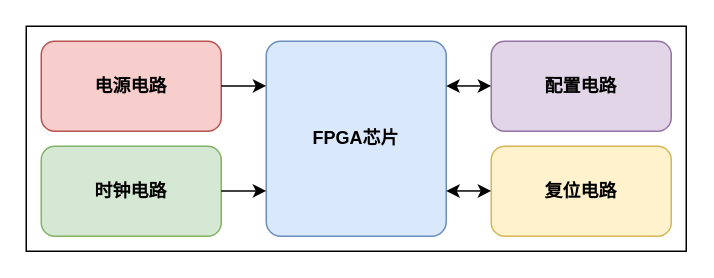
Above: FPGA最小系统框图.drawio in zeandon/draw.io (draw.io), before the change. Source tidied: cells renumbered, new cells numbered last; positions are measured from the earlier drawing's top-left corner, leaving out a move shared by most shapes. Both pictures are drawn from the tidied source at 150%, with x=0, y=0 at pixel (26, 26).
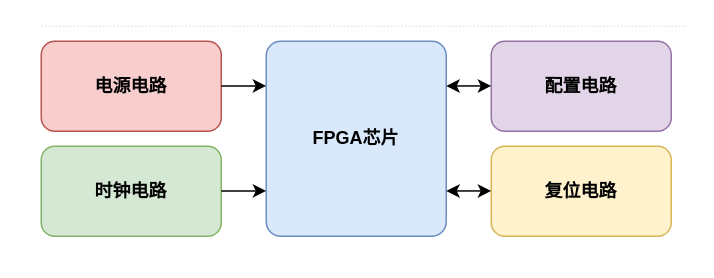
The same page after the edit.

Commit message (it also covers changes not shown here):
更新FPGA最小系统框图.drawio

What changed in the source:
```diff
@@
 <mxGraphModel>
   <root>
     <mxCell id="0" />
     <mxCell id="1" parent="0" />
-    <mxCell id="2" style="rounded=0;whiteSpace=wrap;html=1;" parent="1" vertex="1">
-      <mxGeometry width="440" height="150" as="geometry" />
-    </mxCell>
     <mxCell id="3" value="FPGA芯片" style="rounded=1;whiteSpace=wrap;html=1;fontStyle=1;arcSize=8;fillColor=#dae8fc;strokeColor=#6c8ebf;" parent="1" vertex="1">
       <mxGeometry x="160" y="10" width="120" height="130" as="geometry" />
     </mxCell>
     <mxCell id="4" value="配置电路" style="rounded=1;whiteSpace=wrap;html=1;fontStyle=1;fillColor=#e1d5e7;strokeColor=#9673a6;" parent="1" vertex="1">
       <mxGeometry x="310" y="10" width="120" height="60" as="geometry" />
     </mxCell>
     <mxCell id="5" value="复位电路" style="rounded=1;whiteSpace=wrap;html=1;fontStyle=1;fillColor=#fff2cc;strokeColor=#d6b656;" parent="1" vertex="1">
       <mxGeometry x="310" y="80" width="120" height="60" as="geometry" />
     </mxCell>
     <mxCell id="6" value="电源电路" style="rounded=1;whiteSpace=wrap;html=1;fontStyle=1;fillColor=#f8cecc;strokeColor=#b85450;" parent="1" vertex="1">
       <mxGeometry x="10" y="10" width="120" height="60" as="geometry" />
     </mxCell>
     <mxCell id="7" value="时钟电路" style="rounded=1;whiteSpace=wrap;html=1;fontStyle=1;fillColor=#d5e8d4;strokeColor=#82b366;" parent="1" vertex="1">
       <mxGeometry x="10" y="80" width="120" height="60" as="geometry" />
     </mxCell>
     <mxCell id="8" style="endArrow=classic;html=1;rounded=0;" parent="1" edge="1">
       <mxGeometry relative="1" as="geometry">
         <mxPoint x="130" y="39.8" as="sourcePoint" />
         <mxPoint x="160" y="39.8" as="targetPoint" />
       </mxGeometry>
     </mxCell>
     <mxCell id="9" style="endArrow=classic;html=1;rounded=0;" parent="1" edge="1">
       <mxGeometry relative="1" as="geometry">
         <mxPoint x="130" y="109.8" as="sourcePoint" />
         <mxPoint x="160" y="109.8" as="targetPoint" />
       </mxGeometry>
     </mxCell>
     <mxCell id="10" style="endArrow=classic;html=1;rounded=0;startArrow=classic;startFill=1;" parent="1" edge="1">
       <mxGeometry relative="1" as="geometry">
         <mxPoint x="280" y="39.8" as="sourcePoint" />
         <mxPoint x="310" y="39.8" as="targetPoint" />
       </mxGeometry>
     </mxCell>
     <mxCell id="11" style="endArrow=classic;html=1;rounded=0;startArrow=classic;startFill=1;" parent="1" edge="1">
       <mxGeometry relative="1" as="geometry">
         <mxPoint x="280" y="109.8" as="sourcePoint" />
         <mxPoint x="310" y="109.8" as="targetPoint" />
       </mxGeometry>
     </mxCell>
+    <mxCell id="12" style="endArrow=none;dashed=1;html=1;rounded=0;dashPattern=12 12;strokeWidth=0.1;" parent="1" edge="1">
+      <mxGeometry relative="1" as="geometry">
+        <mxPoint x="10" as="sourcePoint" />
+        <mxPoint x="440" as="targetPoint" />
+      </mxGeometry>
+    </mxCell>
   </root>
 </mxGraphModel>
```
